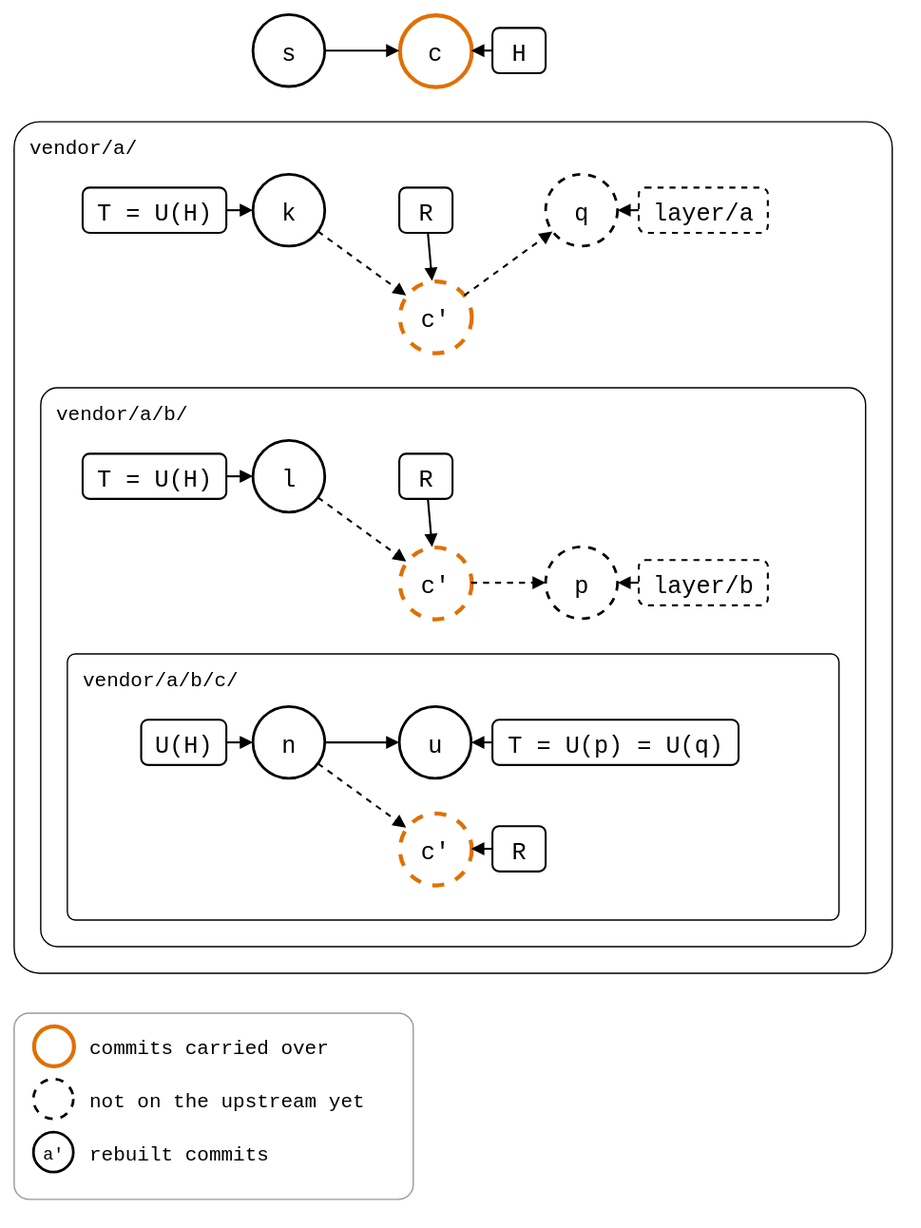
Before: docs/09-scenarios/05-nested-splices/01-nested-splices/02-three-levels/levels-merged-into-a.drawio.svg, a diagram exported from draw.io (roschaefer/git-splice). Source tidied: cells renumbered, new cells last; positions are measured from the earlier drawing's top-left corner, leaving out a move shared by most shapes. The source it was exported from:
```xml
<mxGraphModel background="#ffffff">
  <root>
    <mxCell id="0" />
    <mxCell id="1" parent="0" />
    <mxCell id="2" value="vendor/a/" style="rounded=1;arcSize=3;fillColor=none;strokeWidth=1;fontSize=15;verticalAlign=top;align=left;spacingLeft=10;spacingTop=4;fontFamily=Roboto Mono,monospace;" parent="1" vertex="1">
      <mxGeometry y="80" width="660" height="640" as="geometry" />
    </mxCell>
    <mxCell id="3" value="vendor/a/b/" style="rounded=1;arcSize=3;fillColor=none;strokeWidth=1;fontSize=15;verticalAlign=top;align=left;spacingLeft=10;spacingTop=4;fontFamily=Roboto Mono,monospace;" parent="1" vertex="1">
      <mxGeometry x="20" y="280" width="620" height="420" as="geometry" />
    </mxCell>
    <mxCell id="4" value="vendor/a/b/c/" style="rounded=1;arcSize=3;fillColor=none;strokeWidth=1;fontSize=15;verticalAlign=top;align=left;spacingLeft=10;spacingTop=4;fontFamily=Roboto Mono,monospace;" parent="1" vertex="1">
      <mxGeometry x="40" y="480" width="580" height="200" as="geometry" />
    </mxCell>
    <mxCell id="5" value="s" style="ellipse;strokeWidth=2;fontSize=18;fontFamily=Roboto Mono,monospace;" parent="1" vertex="1">
      <mxGeometry x="180" width="54" height="54" as="geometry" />
    </mxCell>
    <mxCell id="6" value="c" style="ellipse;strokeWidth=2;fontSize=18;fontFamily=Roboto Mono,monospace;strokeColor=#E07000;strokeWidth=3;" parent="1" vertex="1">
      <mxGeometry x="290" width="54" height="54" as="geometry" />
    </mxCell>
    <mxCell id="7" style="endArrow=block;endFill=1;html=1;strokeWidth=1.5;rounded=0;" parent="1" edge="1" source="5" target="6">
      <mxGeometry relative="1" as="geometry" />
    </mxCell>
    <mxCell id="8" value="H" style="rounded=1;strokeWidth=1.5;fontSize=18;fontFamily=Roboto Mono,monospace;" parent="1" vertex="1">
      <mxGeometry x="360" y="10" width="40" height="34" as="geometry" />
    </mxCell>
    <mxCell id="9" style="endArrow=block;endFill=1;html=1;strokeWidth=1.5;rounded=0;" parent="1" edge="1" source="8" target="6">
      <mxGeometry relative="1" as="geometry" />
    </mxCell>
    <mxCell id="10" value="k" style="ellipse;strokeWidth=2;fontSize=18;fontFamily=Roboto Mono,monospace;" parent="1" vertex="1">
      <mxGeometry x="180" y="120" width="54" height="54" as="geometry" />
    </mxCell>
    <mxCell id="11" value="c'" style="ellipse;strokeWidth=2;fontSize=18;fontFamily=Roboto Mono,monospace;dashed=1;strokeColor=#E07000;strokeWidth=3;" parent="1" vertex="1">
      <mxGeometry x="290" y="200" width="54" height="54" as="geometry" />
    </mxCell>
    <mxCell id="12" style="endArrow=block;endFill=1;html=1;strokeWidth=1.5;rounded=0;dashed=1;" parent="1" edge="1" source="10" target="11">
      <mxGeometry relative="1" as="geometry" />
    </mxCell>
    <mxCell id="13" value="l" style="ellipse;strokeWidth=2;fontSize=18;fontFamily=Roboto Mono,monospace;" parent="1" vertex="1">
      <mxGeometry x="180" y="320" width="54" height="54" as="geometry" />
    </mxCell>
    <mxCell id="14" value="c'" style="ellipse;strokeWidth=2;fontSize=18;fontFamily=Roboto Mono,monospace;dashed=1;strokeColor=#E07000;strokeWidth=3;" parent="1" vertex="1">
      <mxGeometry x="290" y="400" width="54" height="54" as="geometry" />
    </mxCell>
    <mxCell id="15" style="endArrow=block;endFill=1;html=1;strokeWidth=1.5;rounded=0;dashed=1;" parent="1" edge="1" source="13" target="14">
      <mxGeometry relative="1" as="geometry" />
    </mxCell>
    <mxCell id="16" value="n" style="ellipse;strokeWidth=2;fontSize=18;fontFamily=Roboto Mono,monospace;" parent="1" vertex="1">
      <mxGeometry x="180" y="520" width="54" height="54" as="geometry" />
    </mxCell>
    <mxCell id="17" value="u" style="ellipse;strokeWidth=2;fontSize=18;fontFamily=Roboto Mono,monospace;" parent="1" vertex="1">
      <mxGeometry x="290" y="520" width="54" height="54" as="geometry" />
    </mxCell>
    <mxCell id="18" style="endArrow=block;endFill=1;html=1;strokeWidth=1.5;rounded=0;" parent="1" edge="1" source="16" target="17">
      <mxGeometry relative="1" as="geometry" />
    </mxCell>
    <mxCell id="19" value="c'" style="ellipse;strokeWidth=2;fontSize=18;fontFamily=Roboto Mono,monospace;dashed=1;strokeColor=#E07000;strokeWidth=3;" parent="1" vertex="1">
      <mxGeometry x="290" y="600" width="54" height="54" as="geometry" />
    </mxCell>
    <mxCell id="20" style="endArrow=block;endFill=1;html=1;strokeWidth=1.5;rounded=0;dashed=1;" parent="1" edge="1" source="16" target="19">
      <mxGeometry relative="1" as="geometry" />
    </mxCell>
    <mxCell id="21" value="T = U(H)" style="rounded=1;strokeWidth=1.5;fontSize=18;fontFamily=Roboto Mono,monospace;" parent="1" vertex="1">
      <mxGeometry x="52" y="130" width="108" height="34" as="geometry" />
    </mxCell>
    <mxCell id="22" style="endArrow=block;endFill=1;html=1;strokeWidth=1.5;rounded=0;" parent="1" edge="1" source="21" target="10">
      <mxGeometry relative="1" as="geometry" />
    </mxCell>
    <mxCell id="23" value="T = U(H)" style="rounded=1;strokeWidth=1.5;fontSize=18;fontFamily=Roboto Mono,monospace;" parent="1" vertex="1">
      <mxGeometry x="52" y="330" width="108" height="34" as="geometry" />
    </mxCell>
    <mxCell id="24" style="endArrow=block;endFill=1;html=1;strokeWidth=1.5;rounded=0;" parent="1" edge="1" source="23" target="13">
      <mxGeometry relative="1" as="geometry" />
    </mxCell>
    <mxCell id="25" value="U(H)" style="rounded=1;strokeWidth=1.5;fontSize=18;fontFamily=Roboto Mono,monospace;" parent="1" vertex="1">
      <mxGeometry x="96" y="530" width="64" height="34" as="geometry" />
    </mxCell>
    <mxCell id="26" style="endArrow=block;endFill=1;html=1;strokeWidth=1.5;rounded=0;" parent="1" edge="1" source="25" target="16">
      <mxGeometry relative="1" as="geometry" />
    </mxCell>
    <mxCell id="27" value="p" style="ellipse;strokeWidth=2;fontSize=18;fontFamily=Roboto Mono,monospace;dashed=1;" parent="1" vertex="1">
      <mxGeometry x="400" y="400" width="54" height="54" as="geometry" />
    </mxCell>
    <mxCell id="28" style="endArrow=block;endFill=1;html=1;strokeWidth=1.5;rounded=0;dashed=1;" parent="1" edge="1" source="14" target="27">
      <mxGeometry relative="1" as="geometry" />
    </mxCell>
    <mxCell id="29" value="q" style="ellipse;strokeWidth=2;fontSize=18;fontFamily=Roboto Mono,monospace;dashed=1;" parent="1" vertex="1">
      <mxGeometry x="400" y="120" width="54" height="54" as="geometry" />
    </mxCell>
    <mxCell id="30" style="endArrow=block;endFill=1;html=1;strokeWidth=1.5;rounded=0;dashed=1;" parent="1" edge="1" source="11" target="29">
      <mxGeometry relative="1" as="geometry" />
    </mxCell>
    <mxCell id="31" value="R" style="rounded=1;strokeWidth=1.5;fontSize=18;fontFamily=Roboto Mono,monospace;" parent="1" vertex="1">
      <mxGeometry x="290" y="130" width="40" height="34" as="geometry" />
    </mxCell>
    <mxCell id="32" style="endArrow=block;endFill=1;html=1;strokeWidth=1.5;rounded=0;" parent="1" edge="1" source="31" target="11">
      <mxGeometry relative="1" as="geometry" />
    </mxCell>
    <mxCell id="33" value="layer/a" style="rounded=1;strokeWidth=1.5;fontSize=18;fontFamily=Roboto Mono,monospace;dashed=1;" parent="1" vertex="1">
      <mxGeometry x="470" y="130" width="97" height="34" as="geometry" />
    </mxCell>
    <mxCell id="34" style="endArrow=block;endFill=1;html=1;strokeWidth=1.5;rounded=0;" parent="1" edge="1" source="33" target="29">
      <mxGeometry relative="1" as="geometry" />
    </mxCell>
    <mxCell id="35" value="R" style="rounded=1;strokeWidth=1.5;fontSize=18;fontFamily=Roboto Mono,monospace;" parent="1" vertex="1">
      <mxGeometry x="290" y="330" width="40" height="34" as="geometry" />
    </mxCell>
    <mxCell id="36" style="endArrow=block;endFill=1;html=1;strokeWidth=1.5;rounded=0;" parent="1" edge="1" source="35" target="14">
      <mxGeometry relative="1" as="geometry" />
    </mxCell>
    <mxCell id="37" value="layer/b" style="rounded=1;strokeWidth=1.5;fontSize=18;fontFamily=Roboto Mono,monospace;dashed=1;" parent="1" vertex="1">
      <mxGeometry x="470" y="410" width="97" height="34" as="geometry" />
    </mxCell>
    <mxCell id="38" style="endArrow=block;endFill=1;html=1;strokeWidth=1.5;rounded=0;" parent="1" edge="1" source="37" target="27">
      <mxGeometry relative="1" as="geometry" />
    </mxCell>
    <mxCell id="39" value="T = U(p) = U(q)" style="rounded=1;strokeWidth=1.5;fontSize=18;fontFamily=Roboto Mono,monospace;" parent="1" vertex="1">
      <mxGeometry x="360" y="530" width="185" height="34" as="geometry" />
    </mxCell>
    <mxCell id="40" style="endArrow=block;endFill=1;html=1;strokeWidth=1.5;rounded=0;" parent="1" edge="1" source="39" target="17">
      <mxGeometry relative="1" as="geometry" />
    </mxCell>
    <mxCell id="41" value="R" style="rounded=1;strokeWidth=1.5;fontSize=18;fontFamily=Roboto Mono,monospace;" parent="1" vertex="1">
      <mxGeometry x="360" y="610" width="40" height="34" as="geometry" />
    </mxCell>
    <mxCell id="42" style="endArrow=block;endFill=1;html=1;strokeWidth=1.5;rounded=0;" parent="1" edge="1" source="41" target="19">
      <mxGeometry relative="1" as="geometry" />
    </mxCell>
    <mxCell id="43" style="rounded=1;arcSize=8;fillColor=none;strokeColor=#999999;strokeWidth=1;legend=1;" parent="1" vertex="1">
      <mxGeometry y="750" width="300" height="140" as="geometry" />
    </mxCell>
    <mxCell id="44" style="ellipse;fontSize=13;fontFamily=Roboto Mono,monospace;strokeWidth=2;strokeColor=#E07000;strokeWidth=3;" parent="43" vertex="1">
      <mxGeometry x="15" y="10" width="30" height="30" as="geometry" />
    </mxCell>
    <mxCell id="45" value="commits carried over" style="text;align=left;verticalAlign=middle;fontSize=15;fontFamily=Roboto Mono,monospace;" parent="43" vertex="1">
      <mxGeometry x="55" y="10" width="240" height="30" as="geometry" />
    </mxCell>
    <mxCell id="46" style="ellipse;fontSize=13;fontFamily=Roboto Mono,monospace;strokeWidth=2;dashed=1;" parent="43" vertex="1">
      <mxGeometry x="15" y="50" width="30" height="30" as="geometry" />
    </mxCell>
    <mxCell id="47" value="not on the upstream yet" style="text;align=left;verticalAlign=middle;fontSize=15;fontFamily=Roboto Mono,monospace;" parent="43" vertex="1">
      <mxGeometry x="55" y="50" width="240" height="30" as="geometry" />
    </mxCell>
    <mxCell id="48" value="a'" style="ellipse;fontSize=13;fontFamily=Roboto Mono,monospace;strokeWidth=2;" parent="43" vertex="1">
      <mxGeometry x="15" y="90" width="30" height="30" as="geometry" />
    </mxCell>
    <mxCell id="49" value="rebuilt commits" style="text;align=left;verticalAlign=middle;fontSize=15;fontFamily=Roboto Mono,monospace;" parent="43" vertex="1">
      <mxGeometry x="55" y="90" width="240" height="30" as="geometry" />
    </mxCell>
  </root>
</mxGraphModel>
```
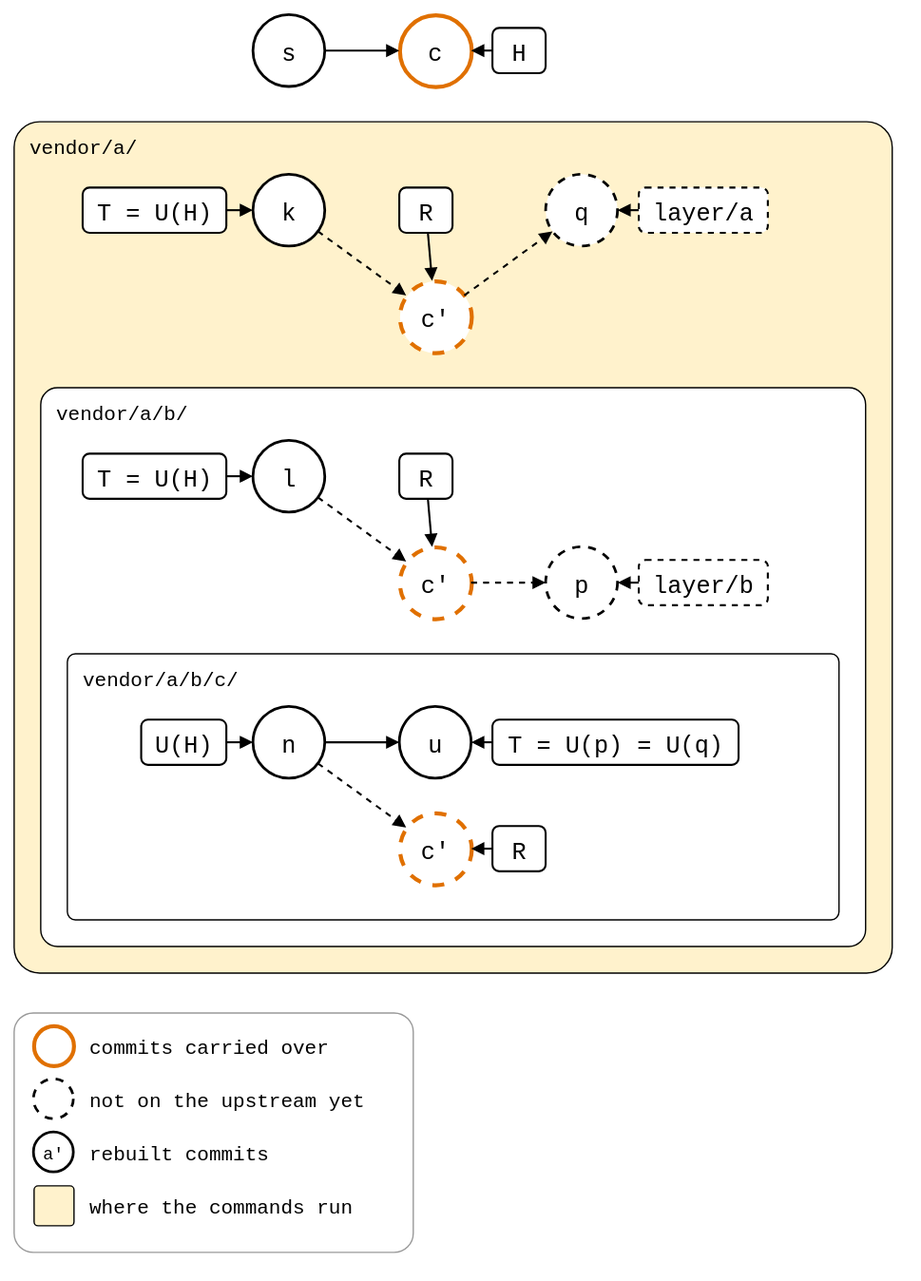
The same file after the commit.

Commit message:
docs(scenarios): show where the three-level pull's commands run

The edit, as a diff of the source:
```diff
@@ -2,13 +2,13 @@
   <root>
     <mxCell id="0" />
     <mxCell id="1" parent="0" />
-    <mxCell id="2" value="vendor/a/" style="rounded=1;arcSize=3;fillColor=none;strokeWidth=1;fontSize=15;verticalAlign=top;align=left;spacingLeft=10;spacingTop=4;fontFamily=Roboto Mono,monospace;" parent="1" vertex="1">
+    <mxCell id="2" value="vendor/a/" style="rounded=1;arcSize=3;fillColor=#FFF2CC;strokeWidth=1;fontSize=15;verticalAlign=top;align=left;spacingLeft=10;spacingTop=4;fontFamily=Roboto Mono,monospace;" parent="1" vertex="1">
       <mxGeometry y="80" width="660" height="640" as="geometry" />
     </mxCell>
-    <mxCell id="3" value="vendor/a/b/" style="rounded=1;arcSize=3;fillColor=none;strokeWidth=1;fontSize=15;verticalAlign=top;align=left;spacingLeft=10;spacingTop=4;fontFamily=Roboto Mono,monospace;" parent="1" vertex="1">
+    <mxCell id="3" value="vendor/a/b/" style="rounded=1;arcSize=3;fillColor=#ffffff;strokeWidth=1;fontSize=15;verticalAlign=top;align=left;spacingLeft=10;spacingTop=4;fontFamily=Roboto Mono,monospace;" parent="1" vertex="1">
       <mxGeometry x="20" y="280" width="620" height="420" as="geometry" />
     </mxCell>
-    <mxCell id="4" value="vendor/a/b/c/" style="rounded=1;arcSize=3;fillColor=none;strokeWidth=1;fontSize=15;verticalAlign=top;align=left;spacingLeft=10;spacingTop=4;fontFamily=Roboto Mono,monospace;" parent="1" vertex="1">
+    <mxCell id="4" value="vendor/a/b/c/" style="rounded=1;arcSize=3;fillColor=#ffffff;strokeWidth=1;fontSize=15;verticalAlign=top;align=left;spacingLeft=10;spacingTop=4;fontFamily=Roboto Mono,monospace;" parent="1" vertex="1">
       <mxGeometry x="40" y="480" width="580" height="200" as="geometry" />
     </mxCell>
     <mxCell id="5" value="s" style="ellipse;strokeWidth=2;fontSize=18;fontFamily=Roboto Mono,monospace;" parent="1" vertex="1">
@@ -126,7 +126,7 @@
       <mxGeometry relative="1" as="geometry" />
     </mxCell>
     <mxCell id="43" style="rounded=1;arcSize=8;fillColor=none;strokeColor=#999999;strokeWidth=1;legend=1;" parent="1" vertex="1">
-      <mxGeometry y="750" width="300" height="140" as="geometry" />
+      <mxGeometry y="750" width="300" height="180" as="geometry" />
     </mxCell>
     <mxCell id="44" style="ellipse;fontSize=13;fontFamily=Roboto Mono,monospace;strokeWidth=2;strokeColor=#E07000;strokeWidth=3;" parent="43" vertex="1">
       <mxGeometry x="15" y="10" width="30" height="30" as="geometry" />
@@ -146,5 +146,11 @@
     <mxCell id="49" value="rebuilt commits" style="text;align=left;verticalAlign=middle;fontSize=15;fontFamily=Roboto Mono,monospace;" parent="43" vertex="1">
       <mxGeometry x="55" y="90" width="240" height="30" as="geometry" />
     </mxCell>
+    <mxCell id="50" style="rounded=1;arcSize=10;strokeWidth=1;fillColor=#FFF2CC;" parent="43" vertex="1">
+      <mxGeometry x="15" y="130" width="30" height="30" as="geometry" />
+    </mxCell>
+    <mxCell id="51" value="where the commands run" style="text;align=left;verticalAlign=middle;fontSize=15;fontFamily=Roboto Mono,monospace;" parent="43" vertex="1">
+      <mxGeometry x="55" y="130" width="240" height="30" as="geometry" />
+    </mxCell>
   </root>
 </mxGraphModel>
```
